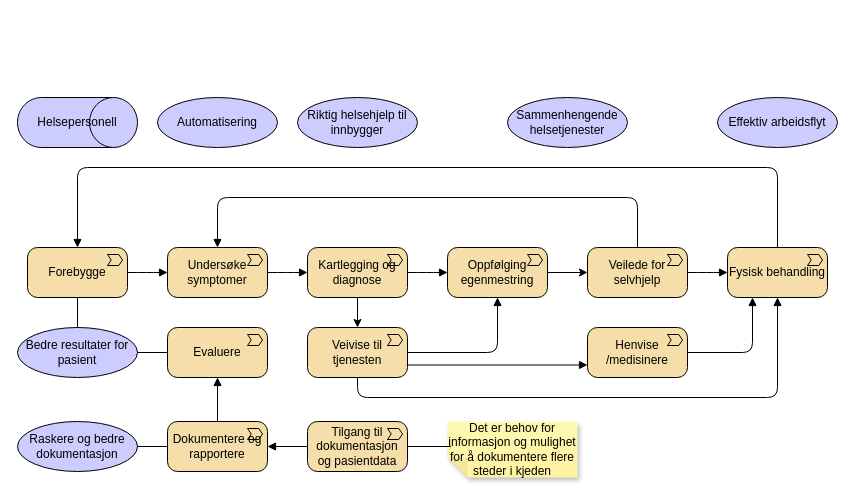
Earlier version of the draw.io diagram page "verdikjede-helsepersonell" (6 of 9) of docs/strategi/value-chain.drawio (hdir/Digital-Forstelinje). Source tidied: cells renumbered, new cells numbered last; positions are measured from the earlier drawing's top-left corner, leaving out a move shared by most shapes. Both pictures are drawn from the tidied source at 100%, with x=0, y=0 at pixel (17, 97).
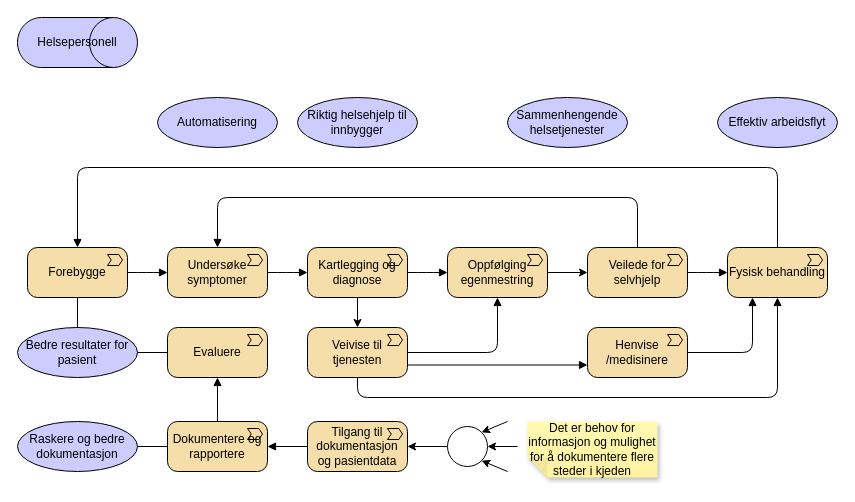
Above is the later version.

The change refers to these unchanged cells:
```xml
<mxCell id="35" value="Tilgang til dokumentasjon og pasientdata" style="html=1;outlineConnect=0;whiteSpace=wrap;fillColor=#F5DEAA;shape=mxgraph.archimate3.application;appType=valueStream;archiType=rounded;" parent="1" vertex="1">
  <mxGeometry x="290" y="324" width="100" height="50" as="geometry" />
</mxCell>
```

The edit, as a diff of the source:
```diff
@@
     <mxCell id="26" value="Helsepersonell" style="html=1;whiteSpace=wrap;fillColor=#CCCCFF;shape=mxgraph.archimate3.role;" parent="1" vertex="1">
-      <mxGeometry width="120" height="50" as="geometry" />
+      <mxGeometry y="-80" width="120" height="50" as="geometry" />
     </mxCell>
@@
     <mxCell id="36" value="&lt;span style=&quot;color: rgb(0, 0, 0);&quot;&gt;Det er behov for informasjon og mulighet for å dokumentere flere steder i kjeden&lt;/span&gt;" style="shape=note;whiteSpace=wrap;html=1;backgroundOutline=1;fontColor=#000000;darkOpacity=0.05;fillColor=#FFF9B2;strokeColor=none;fillStyle=solid;direction=west;gradientDirection=north;gradientColor=#FFF2A1;shadow=1;size=20;" parent="1" vertex="1">
-      <mxGeometry x="430" y="324" width="130" height="56" as="geometry" />
+      <mxGeometry x="510" y="324" width="130" height="56" as="geometry" />
     </mxCell>
-    <mxCell id="37" style="edgeStyle=elbowEdgeStyle;html=1;endArrow=none;elbow=vertical;exitX=1;exitY=0.5;exitDx=0;exitDy=0;entryX=0.974;entryY=0.543;entryDx=0;entryDy=0;entryPerimeter=0;exitPerimeter=0;" parent="1" edge="1" source="35" target="36">
-      <mxGeometry relative="1" as="geometry" />
-    </mxCell>
@@
+    <mxCell id="39" style="edgeStyle=none;html=1;entryX=1;entryY=0.5;entryDx=0;entryDy=0;entryPerimeter=0;" parent="1" edge="1" source="41">
+      <mxGeometry relative="1" as="geometry">
+        <mxPoint x="390" y="349" as="targetPoint" />
+      </mxGeometry>
+    </mxCell>
+    <mxCell id="40" style="edgeStyle=none;html=1;entryX=1;entryY=0.5;entryDx=0;entryDy=0;entryPerimeter=0;" parent="1" edge="1" target="41">
+      <mxGeometry relative="1" as="geometry">
+        <mxPoint x="470" y="349" as="sourcePoint" />
+      </mxGeometry>
+    </mxCell>
+    <mxCell id="41" style="ellipse;html=1;verticalLabelPosition=bottom;labelBackgroundColor=#ffffff;verticalAlign=top;fillColor=#ffffff;" parent="1" vertex="1">
+      <mxGeometry x="430" y="329" width="40" height="40" as="geometry" />
+    </mxCell>
+    <mxCell id="42" style="edgeStyle=none;html=1;entryX=1;entryY=0;entryDx=0;entryDy=0;" parent="1" edge="1" target="41">
+      <mxGeometry relative="1" as="geometry">
+        <mxPoint x="490" y="324" as="sourcePoint" />
+      </mxGeometry>
+    </mxCell>
+    <mxCell id="43" style="edgeStyle=none;html=1;entryX=1;entryY=1;entryDx=0;entryDy=0;" parent="1" edge="1" target="41">
+      <mxGeometry relative="1" as="geometry">
+        <mxPoint x="490" y="374" as="sourcePoint" />
+      </mxGeometry>
+    </mxCell>
+    <mxCell id="44" style="edgeStyle=none;html=1;entryX=1;entryY=0.5;entryDx=0;entryDy=0;" parent="1" edge="1" target="41">
+      <mxGeometry relative="1" as="geometry">
+        <mxPoint x="500" y="349" as="sourcePoint" />
+      </mxGeometry>
+    </mxCell>
```
